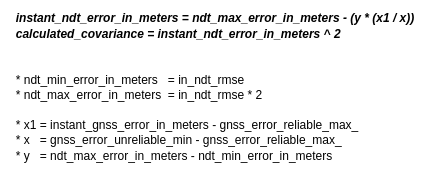
Above: localization/autoware_pose_covariance_modifier_node/media/formula.drawio.png in autowarefoundation/autoware.universe (draw.io), before the change. Source tidied: cells renumbered, new cells last; positions are measured from the earlier drawing's top-left corner, leaving out a move shared by most shapes. Source of this version:
```xml
<mxGraphModel>
  <root>
    <mxCell id="0" />
    <mxCell id="1" parent="0" />
    <mxCell id="2" value="&lt;div style=&quot;text-align: left;&quot;&gt;&lt;span style=&quot;font-family: Helvetica; background-color: initial;&quot;&gt;&lt;b&gt;&lt;i&gt;instant_ndt_error_in_meters = ndt_max_error_in_meters - (y * (x1 / x))&lt;/i&gt;&lt;/b&gt;&lt;/span&gt;&lt;/div&gt;&lt;div style=&quot;text-align: left;&quot;&gt;&lt;font face=&quot;Helvetica&quot;&gt;&lt;b&gt;&lt;i&gt;calculated_covariance = instant_ndt_error_in_meters ^ 2&lt;/i&gt;&lt;/b&gt;&lt;/font&gt;&lt;/div&gt;&lt;div style=&quot;text-align: left;&quot;&gt;&lt;font face=&quot;Helvetica&quot;&gt;&lt;b&gt;&lt;br&gt;&lt;/b&gt;&lt;/font&gt;&lt;/div&gt;&lt;div style=&quot;text-align: left;&quot;&gt;&lt;font face=&quot;Helvetica&quot;&gt;&lt;b&gt;&lt;br&gt;&lt;/b&gt;&lt;/font&gt;&lt;/div&gt;&lt;div style=&quot;text-align: left;&quot;&gt;&lt;font style=&quot;&quot; face=&quot;Helvetica&quot;&gt;*&amp;nbsp;&lt;/font&gt;&lt;span style=&quot;font-family: Helvetica; background-color: initial;&quot;&gt;ndt_min_error_in_meters&amp;nbsp; &amp;nbsp;= in_ndt_rmse&lt;/span&gt;&lt;/div&gt;&lt;div style=&quot;text-align: left;&quot;&gt;&lt;span style=&quot;font-family: Helvetica;&quot;&gt;* ndt_max_error_in_meters&amp;nbsp; = in_ndt_rmse * 2&amp;nbsp;&lt;/span&gt;&lt;span style=&quot;font-family: Helvetica; background-color: initial;&quot;&gt;&lt;br&gt;&lt;/span&gt;&lt;/div&gt;&lt;div style=&quot;text-align: left;&quot;&gt;&lt;br&gt;&lt;/div&gt;&lt;div style=&quot;text-align: left;&quot;&gt;&lt;font face=&quot;Helvetica&quot;&gt;* x1 = instant_gnss_error_in_meters - gnss_error_reliable_max_&lt;/font&gt;&lt;/div&gt;&lt;div style=&quot;text-align: left;&quot;&gt;&lt;font face=&quot;Helvetica&quot;&gt;* x&amp;nbsp; &amp;nbsp;= gnss_error_unreliable_min -&amp;nbsp;&lt;/font&gt;&lt;span style=&quot;font-family: Helvetica; background-color: initial;&quot;&gt;gnss_error_reliable_max_&lt;/span&gt;&lt;/div&gt;&lt;div style=&quot;text-align: left;&quot;&gt;&lt;span style=&quot;font-family: Helvetica; background-color: initial;&quot;&gt;* y&amp;nbsp; &amp;nbsp;=&amp;nbsp;&lt;/span&gt;&lt;span style=&quot;font-family: Helvetica; background-color: initial;&quot;&gt;ndt_max_error_in_meters -&amp;nbsp;&lt;/span&gt;&lt;span style=&quot;font-family: Helvetica; background-color: initial;&quot;&gt;ndt_min_error_in_meters&lt;/span&gt;&lt;/div&gt;&lt;div style=&quot;text-align: left;&quot;&gt;&lt;font face=&quot;Helvetica&quot;&gt;&lt;br&gt;&lt;/font&gt;&lt;/div&gt;" style="text;html=1;align=center;verticalAlign=middle;whiteSpace=wrap;rounded=0;fontFamily=Architects Daughter;fontSource=https%3A%2F%2Ffonts.googleapis.com%2Fcss%3Ffamily%3DArchitects%2BDaughter;" parent="1" vertex="1">
      <mxGeometry width="430" height="190" as="geometry" />
    </mxCell>
  </root>
</mxGraphModel>
```
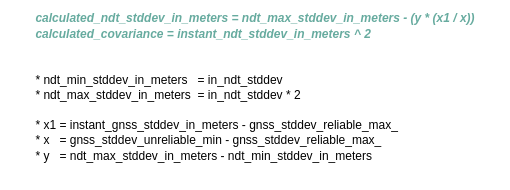
After the change.

Commit message:
update formulas definitions

Diff of the diagram source:
```diff
@@ -2,8 +2,8 @@
   <root>
     <mxCell id="0" />
     <mxCell id="1" parent="0" />
-    <mxCell id="2" value="&lt;div style=&quot;text-align: left;&quot;&gt;&lt;span style=&quot;font-family: Helvetica; background-color: initial;&quot;&gt;&lt;b&gt;&lt;i&gt;instant_ndt_error_in_meters = ndt_max_error_in_meters - (y * (x1 / x))&lt;/i&gt;&lt;/b&gt;&lt;/span&gt;&lt;/div&gt;&lt;div style=&quot;text-align: left;&quot;&gt;&lt;font face=&quot;Helvetica&quot;&gt;&lt;b&gt;&lt;i&gt;calculated_covariance = instant_ndt_error_in_meters ^ 2&lt;/i&gt;&lt;/b&gt;&lt;/font&gt;&lt;/div&gt;&lt;div style=&quot;text-align: left;&quot;&gt;&lt;font face=&quot;Helvetica&quot;&gt;&lt;b&gt;&lt;br&gt;&lt;/b&gt;&lt;/font&gt;&lt;/div&gt;&lt;div style=&quot;text-align: left;&quot;&gt;&lt;font face=&quot;Helvetica&quot;&gt;&lt;b&gt;&lt;br&gt;&lt;/b&gt;&lt;/font&gt;&lt;/div&gt;&lt;div style=&quot;text-align: left;&quot;&gt;&lt;font style=&quot;&quot; face=&quot;Helvetica&quot;&gt;*&amp;nbsp;&lt;/font&gt;&lt;span style=&quot;font-family: Helvetica; background-color: initial;&quot;&gt;ndt_min_error_in_meters&amp;nbsp; &amp;nbsp;= in_ndt_rmse&lt;/span&gt;&lt;/div&gt;&lt;div style=&quot;text-align: left;&quot;&gt;&lt;span style=&quot;font-family: Helvetica;&quot;&gt;* ndt_max_error_in_meters&amp;nbsp; = in_ndt_rmse * 2&amp;nbsp;&lt;/span&gt;&lt;span style=&quot;font-family: Helvetica; background-color: initial;&quot;&gt;&lt;br&gt;&lt;/span&gt;&lt;/div&gt;&lt;div style=&quot;text-align: left;&quot;&gt;&lt;br&gt;&lt;/div&gt;&lt;div style=&quot;text-align: left;&quot;&gt;&lt;font face=&quot;Helvetica&quot;&gt;* x1 = instant_gnss_error_in_meters - gnss_error_reliable_max_&lt;/font&gt;&lt;/div&gt;&lt;div style=&quot;text-align: left;&quot;&gt;&lt;font face=&quot;Helvetica&quot;&gt;* x&amp;nbsp; &amp;nbsp;= gnss_error_unreliable_min -&amp;nbsp;&lt;/font&gt;&lt;span style=&quot;font-family: Helvetica; background-color: initial;&quot;&gt;gnss_error_reliable_max_&lt;/span&gt;&lt;/div&gt;&lt;div style=&quot;text-align: left;&quot;&gt;&lt;span style=&quot;font-family: Helvetica; background-color: initial;&quot;&gt;* y&amp;nbsp; &amp;nbsp;=&amp;nbsp;&lt;/span&gt;&lt;span style=&quot;font-family: Helvetica; background-color: initial;&quot;&gt;ndt_max_error_in_meters -&amp;nbsp;&lt;/span&gt;&lt;span style=&quot;font-family: Helvetica; background-color: initial;&quot;&gt;ndt_min_error_in_meters&lt;/span&gt;&lt;/div&gt;&lt;div style=&quot;text-align: left;&quot;&gt;&lt;font face=&quot;Helvetica&quot;&gt;&lt;br&gt;&lt;/font&gt;&lt;/div&gt;" style="text;html=1;align=center;verticalAlign=middle;whiteSpace=wrap;rounded=0;fontFamily=Architects Daughter;fontSource=https%3A%2F%2Ffonts.googleapis.com%2Fcss%3Ffamily%3DArchitects%2BDaughter;" parent="1" vertex="1">
-      <mxGeometry width="430" height="190" as="geometry" />
+    <mxCell id="2" value="&lt;div style=&quot;text-align: left;&quot;&gt;&lt;span style=&quot;font-family: Helvetica; background-color: initial;&quot;&gt;&lt;b&gt;&lt;i&gt;&lt;font color=&quot;#67ab9f&quot;&gt;calculated_ndt_stddev_in_meters = ndt_max_stddev_in_meters - (y * (x1 / x))&lt;/font&gt;&lt;/i&gt;&lt;/b&gt;&lt;/span&gt;&lt;/div&gt;&lt;div style=&quot;text-align: left;&quot;&gt;&lt;font color=&quot;#67ab9f&quot; face=&quot;Helvetica&quot;&gt;&lt;b style=&quot;&quot;&gt;&lt;i style=&quot;&quot;&gt;calculated_covariance = instant_ndt_stddev_in_meters ^ 2&lt;/i&gt;&lt;/b&gt;&lt;/font&gt;&lt;/div&gt;&lt;div style=&quot;text-align: left;&quot;&gt;&lt;font face=&quot;Helvetica&quot;&gt;&lt;b&gt;&lt;br&gt;&lt;/b&gt;&lt;/font&gt;&lt;/div&gt;&lt;div style=&quot;text-align: left;&quot;&gt;&lt;font face=&quot;Helvetica&quot;&gt;&lt;b&gt;&lt;br&gt;&lt;/b&gt;&lt;/font&gt;&lt;/div&gt;&lt;div style=&quot;text-align: left;&quot;&gt;&lt;font style=&quot;&quot; face=&quot;Helvetica&quot;&gt;*&amp;nbsp;&lt;/font&gt;&lt;span style=&quot;font-family: Helvetica; background-color: initial;&quot;&gt;ndt_min_stddev_in_meters&amp;nbsp; &amp;nbsp;= in_ndt_stddev&lt;/span&gt;&lt;/div&gt;&lt;div style=&quot;text-align: left;&quot;&gt;&lt;span style=&quot;font-family: Helvetica;&quot;&gt;* ndt_max_stddev_in_meters&amp;nbsp; = in_ndt_stddev * 2&amp;nbsp;&lt;/span&gt;&lt;span style=&quot;font-family: Helvetica; background-color: initial;&quot;&gt;&lt;br&gt;&lt;/span&gt;&lt;/div&gt;&lt;div style=&quot;text-align: left;&quot;&gt;&lt;br&gt;&lt;/div&gt;&lt;div style=&quot;text-align: left;&quot;&gt;&lt;font face=&quot;Helvetica&quot;&gt;* x1 = instant_gnss_stddev_in_meters - gnss_stddev_reliable_max_&lt;/font&gt;&lt;/div&gt;&lt;div style=&quot;text-align: left;&quot;&gt;&lt;font face=&quot;Helvetica&quot;&gt;* x&amp;nbsp; &amp;nbsp;= gnss_stddev_unreliable_min -&amp;nbsp;&lt;/font&gt;&lt;span style=&quot;font-family: Helvetica; background-color: initial;&quot;&gt;gnss_stddev_reliable_max_&lt;/span&gt;&lt;/div&gt;&lt;div style=&quot;text-align: left;&quot;&gt;&lt;span style=&quot;font-family: Helvetica; background-color: initial;&quot;&gt;* y&amp;nbsp; &amp;nbsp;=&amp;nbsp;&lt;/span&gt;&lt;span style=&quot;font-family: Helvetica; background-color: initial;&quot;&gt;ndt_max_stddev_in_meters -&amp;nbsp;&lt;/span&gt;&lt;span style=&quot;font-family: Helvetica; background-color: initial;&quot;&gt;ndt_min_stddev_in_meters&lt;/span&gt;&lt;/div&gt;&lt;div style=&quot;text-align: left;&quot;&gt;&lt;font face=&quot;Helvetica&quot;&gt;&lt;br&gt;&lt;/font&gt;&lt;/div&gt;" style="text;html=1;align=center;verticalAlign=middle;whiteSpace=wrap;rounded=0;fontFamily=Architects Daughter;fontSource=https%3A%2F%2Ffonts.googleapis.com%2Fcss%3Ffamily%3DArchitects%2BDaughter;" parent="1" vertex="1">
+      <mxGeometry width="510" height="190" as="geometry" />
     </mxCell>
   </root>
 </mxGraphModel>
```
